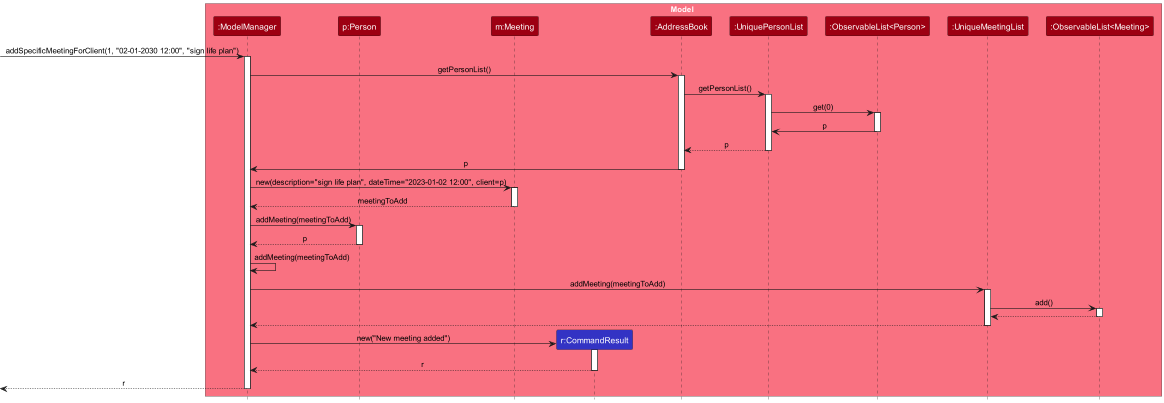
Before: docs/images/AddMeetingCommandSequenceDiagram.png, a diagram exported from PlantUML (sethteo/tp). Its diagram source:
```plantuml
@startuml
!include style.puml
skinparam ArrowFontStyle plain



box Model MODEL_COLOR_T1
participant ":ModelManager" as ModelManager MODEL_COLOR
participant "p:Person" as Person MODEL_COLOR
participant "m:Meeting" as Meeting MODEL_COLOR
participant "r:CommandResult" as CommandResult LOGIC_COLOR

participant ":AddressBook" as AddressBook MODEL_COLOR
participant ":UniquePersonList" as UniquePersonList MODEL_COLOR
participant ":ObservableList<Person>" as ObservableListPerson MODEL_COLOR
participant ":UniqueMeetingList" as UniqueMeetingList MODEL_COLOR
participant ":ObservableList<Meeting>" as ObservableListMeeting MODEL_COLOR
end box

[-> ModelManager : addSpecificMeetingForClient(1, "02-01-2030 12:00", "sign life plan")
activate ModelManager

ModelManager -> AddressBook: getPersonList()
activate AddressBook

AddressBook -> UniquePersonList : getPersonList()
activate UniquePersonList

UniquePersonList -> ObservableListPerson : get(0)
activate ObservableListPerson

ObservableListPerson -> UniquePersonList : p
deactivate ObservableListPerson

UniquePersonList --> AddressBook : p
deactivate UniquePersonList

AddressBook -> ModelManager : p
deactivate AddressBook

ModelManager -> Meeting : new(description="sign life plan", dateTime="2023-01-02 12:00", client=p)
activate Meeting
Meeting --> ModelManager : meetingToAdd
deactivate Meeting

ModelManager -> Person : addMeeting(meetingToAdd)
activate Person
Person --> ModelManager : p
deactivate Person

ModelManager -> ModelManager : addMeeting(meetingToAdd)

ModelManager -> UniqueMeetingList : addMeeting(meetingToAdd)
activate UniqueMeetingList

UniqueMeetingList -> ObservableListMeeting : add()
activate ObservableListMeeting

ObservableListMeeting --> UniqueMeetingList
deactivate ObservableListMeeting

UniqueMeetingList --> ModelManager
deactivate UniqueMeetingList

create CommandResult
ModelManager -> CommandResult : new("New meeting added")
activate CommandResult
CommandResult --> ModelManager : r
deactivate CommandResult

[<-- ModelManager : r
deactivate ModelManager

@enduml
```
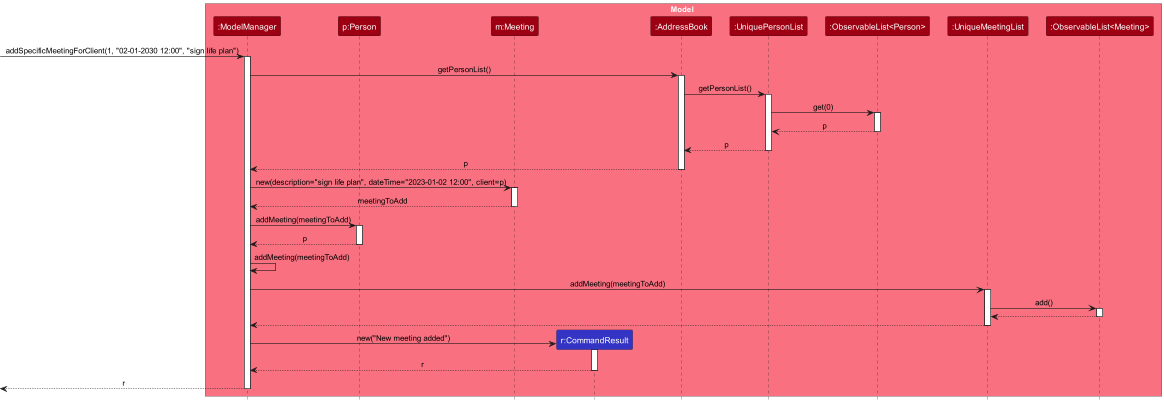
Above is the later version.

Commit message:
Add sequence diagram for addMeeting

Diff of the diagram source:
```diff
@@ -29,13 +29,13 @@
 UniquePersonList -> ObservableListPerson : get(0)
 activate ObservableListPerson
 
-ObservableListPerson -> UniquePersonList : p
+ObservableListPerson --> UniquePersonList : p
 deactivate ObservableListPerson
 
 UniquePersonList --> AddressBook : p
 deactivate UniquePersonList
 
-AddressBook -> ModelManager : p
+AddressBook --> ModelManager : p
 deactivate AddressBook
 
 ModelManager -> Meeting : new(description="sign life plan", dateTime="2023-01-02 12:00", client=p)
```
